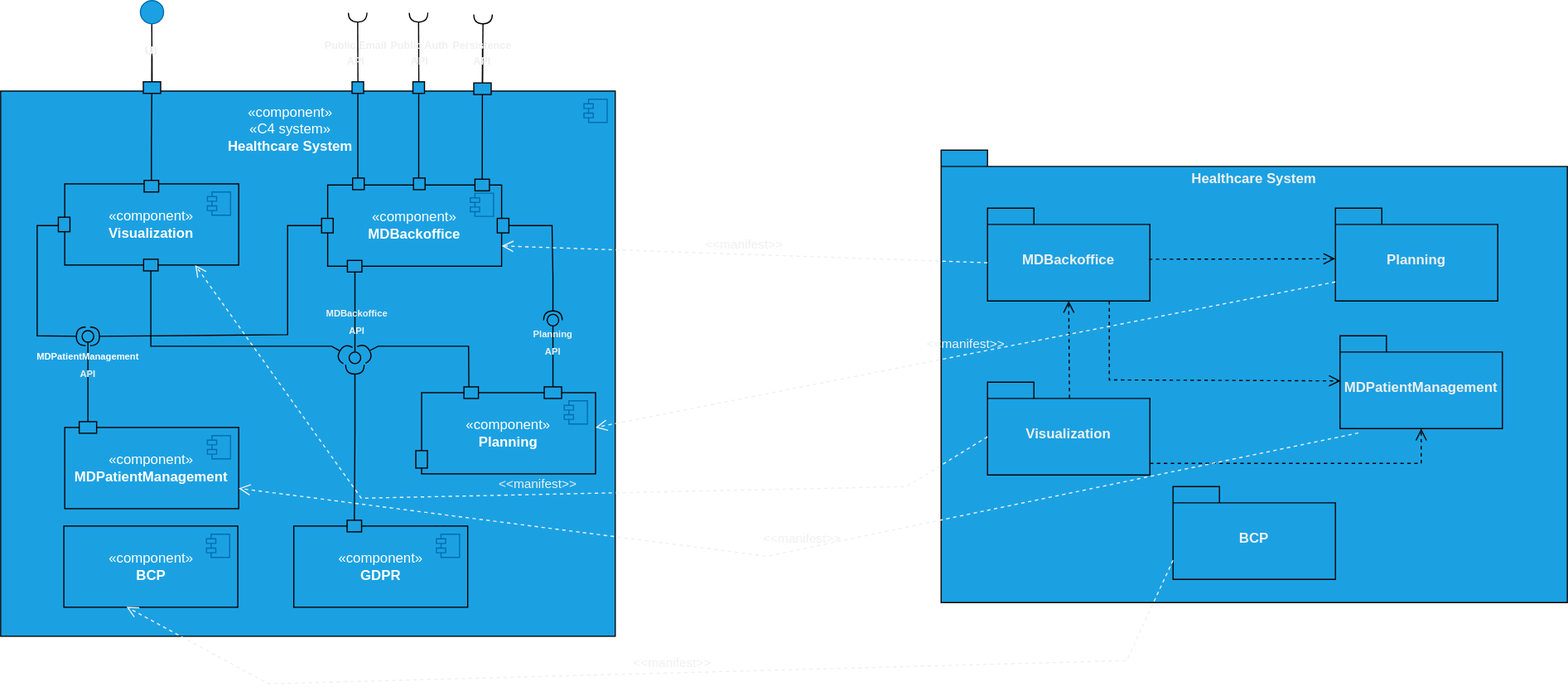
Earlier version of the draw.io export docs/sprint-3/team-decisions/views/mapping-views/mapping-logical-to-development-level-2.svg (rita-barbosa/LAPR5-2425). Source tidied: cells renumbered, new cells last; positions are measured from the earlier drawing's top-left corner, leaving out a move shared by most shapes.
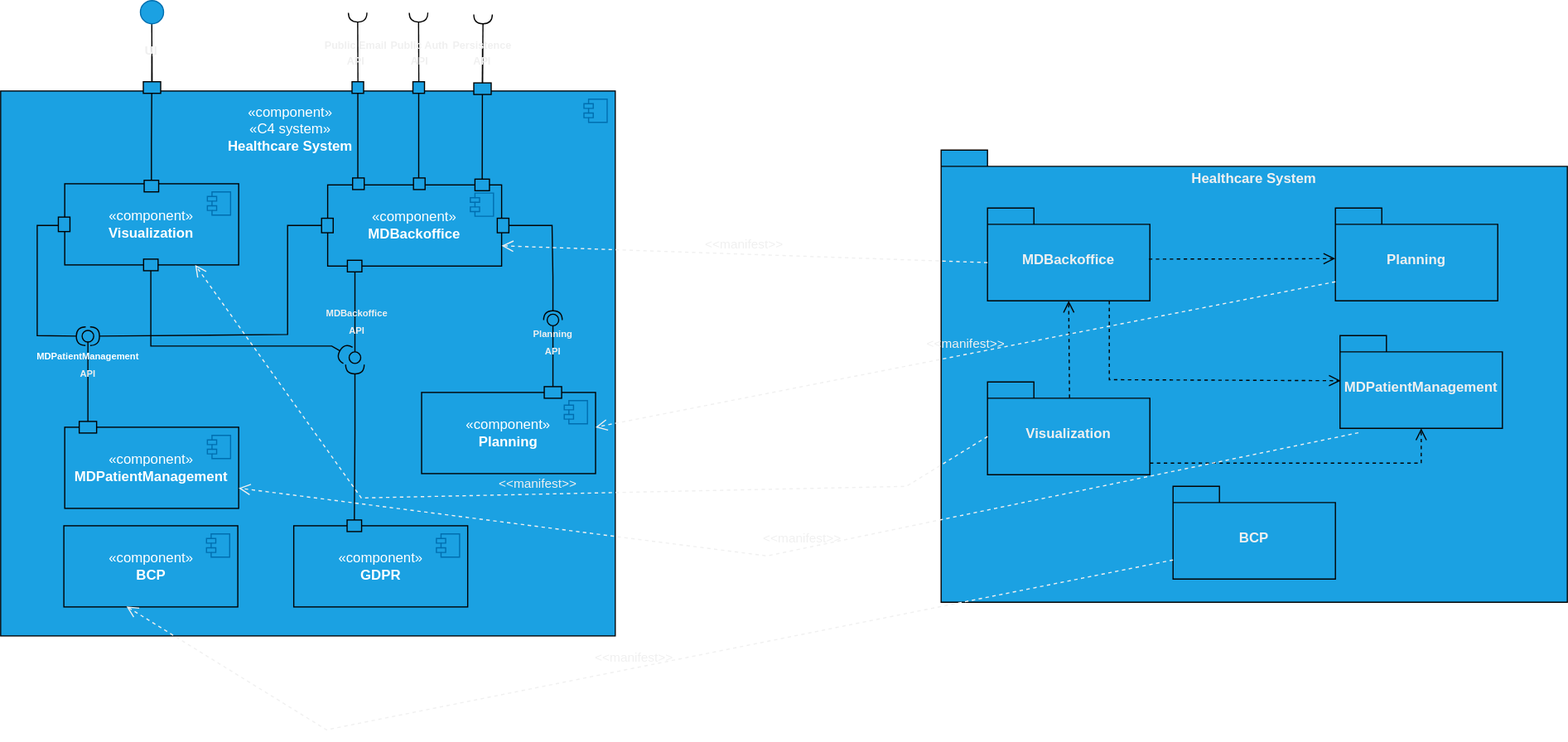
After the change.

What changed in the source:
```diff
@@ -27,12 +27,6 @@
         <mxPoint x="-27" y="7" as="offset" />
       </mxGeometry>
     </mxCell>
-    <mxCell id="8" style="rounded=0;whiteSpace=wrap;html=1;fillColor=#1ba1e2;fontColor=#ffffff;strokeColor=#000000;" parent="5" vertex="1">
-      <mxGeometry x="-5" y="60" width="10" height="15" as="geometry" />
-    </mxCell>
-    <mxCell id="9" style="rounded=0;whiteSpace=wrap;html=1;fillColor=#1ba1e2;fontColor=#ffffff;strokeColor=#000000;" parent="5" vertex="1">
-      <mxGeometry x="36.5" y="5" width="12.5" height="10" as="geometry" />
-    </mxCell>
     <mxCell id="10" style="rounded=0;whiteSpace=wrap;html=1;fillColor=#1ba1e2;fontColor=#ffffff;strokeColor=#000000;rotation=-90;" parent="5" vertex="1">
       <mxGeometry x="108.2" y="2.5" width="10" height="15" as="geometry" />
     </mxCell>
@@ -192,19 +186,6 @@
         </Array>
       </mxGeometry>
     </mxCell>
-    <mxCell id="48" style="rounded=0;orthogonalLoop=1;jettySize=auto;html=1;endArrow=halfCircle;endFill=0;endSize=6;strokeWidth=1;sketch=0;strokeColor=#030303;exitX=0.5;exitY=0;exitDx=0;exitDy=0;entryX=1;entryY=0.5;entryDx=0;entryDy=0;" parent="1" edge="1">
-      <mxGeometry relative="1" as="geometry">
-        <mxPoint x="403.8" y="333" as="sourcePoint" />
-        <mxPoint x="311" y="305.5" as="targetPoint" />
-        <Array as="points">
-          <mxPoint x="403.5" y="298" />
-          <mxPoint x="383.5" y="298" />
-          <mxPoint x="373.5" y="298" />
-          <mxPoint x="343.5" y="298" />
-          <mxPoint x="325.5" y="298" />
-        </Array>
-      </mxGeometry>
-    </mxCell>
     <mxCell id="49" style="rounded=0;jettySize=auto;html=1;endArrow=halfCircle;endFill=0;endSize=6;strokeWidth=1;sketch=0;strokeColor=#030303;exitX=0.5;exitY=0;exitDx=0;exitDy=0;" parent="1" edge="1" source="50">
       <mxGeometry relative="1" as="geometry">
         <mxPoint x="305.5" y="314" as="targetPoint" />
@@ -346,8 +327,7 @@
     <mxCell id="81" value="&amp;lt;&amp;lt;manifest&amp;gt;&amp;gt;" style="endArrow=open;startArrow=none;endFill=0;startFill=0;endSize=8;html=1;verticalAlign=bottom;dashed=1;labelBackgroundColor=none;rounded=0;exitX=0;exitY=0;exitDx=0;exitDy=63.5;exitPerimeter=0;entryX=0.36;entryY=0.994;entryDx=0;entryDy=0;entryPerimeter=0;" parent="1" edge="1" source="75" target="57">
       <mxGeometry relative="1" as="geometry">
         <Array as="points">
-          <mxPoint x="971" y="569" />
-          <mxPoint x="231" y="589" />
+          <mxPoint x="281" y="629" />
         </Array>
       </mxGeometry>
     </mxCell>
```
